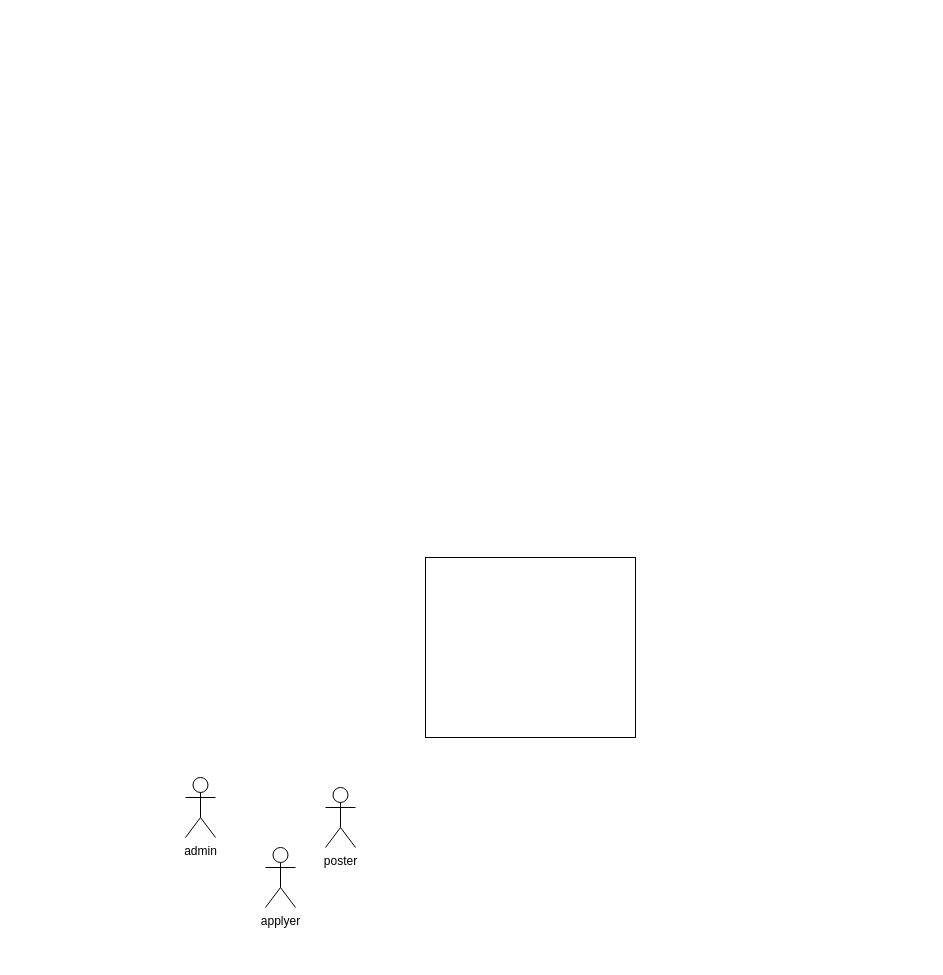
The draw.io diagram Untitled Diagram.drawio in Emanuel3queijos/housing-location-project, before the edit. Source tidied: cells renumbered, new cells numbered last; positions are measured from the earlier drawing's top-left corner, leaving out a move shared by most shapes. Both pictures are drawn from the tidied source at 100%, with x=0, y=0 at pixel (185, 557).
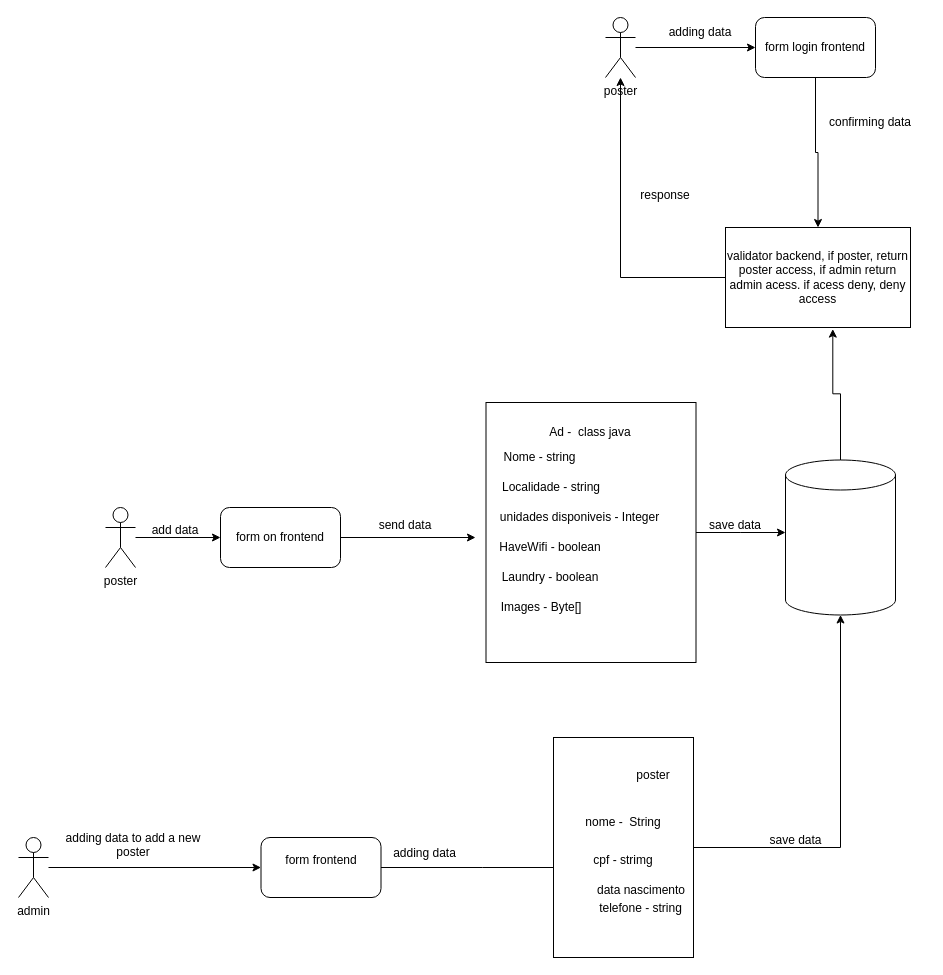
After the change.

Diff of the diagram source:
```diff
@@
+    <mxCell id="6" style="edgeStyle=orthogonalEdgeStyle;rounded=0;jettySize=auto;html=1;" parent="1" edge="1" source="2">
+      <mxGeometry relative="1" as="geometry">
+        <mxPoint x="600" y="-25" as="targetPoint" />
+      </mxGeometry>
+    </mxCell>
     <mxCell id="2" style="rounded=0;whiteSpace=wrap;html=1;" parent="1" vertex="1">
-      <mxGeometry x="240" width="210" height="180" as="geometry" />
+      <mxGeometry x="300.5" y="-155" width="210" height="260" as="geometry" />
     </mxCell>
+    <mxCell id="7" style="edgeStyle=orthogonalEdgeStyle;rounded=0;jettySize=auto;html=1;entryX=0;entryY=0.5;entryDx=0;entryDy=0;" parent="1" edge="1" source="3" target="24">
+      <mxGeometry relative="1" as="geometry" />
+    </mxCell>
-    <mxCell id="3" value="admin" style="shape=umlActor;verticalLabelPosition=bottom;verticalAlign=top;html=1;outlineConnect=0;" parent="1" vertex="1">
-      <mxGeometry y="220" width="30" height="60" as="geometry" />
+    <mxCell id="3" value="poster" style="shape=umlActor;verticalLabelPosition=bottom;verticalAlign=top;html=1;outlineConnect=0;" parent="1" vertex="1">
+      <mxGeometry x="420" y="-540" width="30" height="60" as="geometry" />
     </mxCell>
+    <mxCell id="8" style="edgeStyle=orthogonalEdgeStyle;rounded=0;jettySize=auto;html=1;entryX=0;entryY=0.5;entryDx=0;entryDy=0;" parent="1" edge="1" source="4" target="31">
+      <mxGeometry relative="1" as="geometry" />
+    </mxCell>
-    <mxCell id="4" value="applyer" style="shape=umlActor;verticalLabelPosition=bottom;verticalAlign=top;html=1;outlineConnect=0;" parent="1" vertex="1">
-      <mxGeometry x="80" y="290" width="30" height="60" as="geometry" />
+    <mxCell id="4" value="admin&lt;div&gt;&lt;br&gt;&lt;/div&gt;" style="shape=umlActor;verticalLabelPosition=bottom;verticalAlign=top;html=1;outlineConnect=0;" parent="1" vertex="1">
+      <mxGeometry x="-167" y="280" width="30" height="60" as="geometry" />
     </mxCell>
+    <mxCell id="9" style="edgeStyle=orthogonalEdgeStyle;rounded=0;jettySize=auto;html=1;entryX=0;entryY=0.5;entryDx=0;entryDy=0;" parent="1" edge="1" source="5" target="18">
+      <mxGeometry relative="1" as="geometry" />
+    </mxCell>
     <mxCell id="5" value="poster" style="shape=umlActor;verticalLabelPosition=bottom;verticalAlign=top;html=1;outlineConnect=0;" parent="1" vertex="1">
-      <mxGeometry x="140" y="230" width="30" height="60" as="geometry" />
+      <mxGeometry x="-80" y="-50" width="30" height="60" as="geometry" />
     </mxCell>
+    <mxCell id="10" value="Ad -&amp;nbsp; class java" style="text;html=1;align=center;verticalAlign=middle;whiteSpace=wrap;rounded=0;" parent="1" vertex="1">
+      <mxGeometry x="300" y="-135" width="210" height="20" as="geometry" />
+    </mxCell>
+    <mxCell id="11" value="Nome - string" style="text;html=1;align=center;verticalAlign=middle;whiteSpace=wrap;rounded=0;" parent="1" vertex="1">
+      <mxGeometry x="300" y="-115" width="109" height="30" as="geometry" />
+    </mxCell>
+    <mxCell id="12" value="Localidade - string" style="text;html=1;align=center;verticalAlign=middle;whiteSpace=wrap;rounded=0;" parent="1" vertex="1">
+      <mxGeometry x="300.5" y="-85" width="130" height="30" as="geometry" />
+    </mxCell>
+    <mxCell id="13" value="HaveWifi - boolean" style="text;html=1;align=center;verticalAlign=middle;whiteSpace=wrap;rounded=0;" parent="1" vertex="1">
+      <mxGeometry x="300" y="-25" width="130" height="30" as="geometry" />
+    </mxCell>
+    <mxCell id="14" value="unidades disponiveis - Integer" style="text;html=1;align=center;verticalAlign=middle;whiteSpace=wrap;rounded=0;" parent="1" vertex="1">
+      <mxGeometry x="300" y="-55" width="189" height="30" as="geometry" />
+    </mxCell>
+    <mxCell id="15" value="Laundry - boolean" style="text;html=1;align=center;verticalAlign=middle;whiteSpace=wrap;rounded=0;" parent="1" vertex="1">
+      <mxGeometry x="310" y="5" width="110" height="30" as="geometry" />
+    </mxCell>
+    <mxCell id="16" value="Images - Byte[]" style="text;html=1;align=center;verticalAlign=middle;whiteSpace=wrap;rounded=0;" parent="1" vertex="1">
+      <mxGeometry x="300.5" y="35" width="110" height="30" as="geometry" />
+    </mxCell>
+    <mxCell id="17" style="edgeStyle=orthogonalEdgeStyle;rounded=0;jettySize=auto;html=1;" parent="1" edge="1" source="18">
+      <mxGeometry relative="1" as="geometry">
+        <mxPoint x="290" y="-20" as="targetPoint" />
+      </mxGeometry>
+    </mxCell>
+    <mxCell id="18" value="form on frontend" style="rounded=1;whiteSpace=wrap;html=1;" parent="1" vertex="1">
+      <mxGeometry x="35" y="-50" width="120" height="60" as="geometry" />
+    </mxCell>
+    <mxCell id="19" value="add data&lt;div&gt;&lt;br&gt;&lt;/div&gt;" style="text;html=1;align=center;verticalAlign=middle;whiteSpace=wrap;rounded=0;" parent="1" vertex="1">
+      <mxGeometry x="-40" y="-35" width="60" height="30" as="geometry" />
+    </mxCell>
+    <mxCell id="20" value="send data&lt;div&gt;&lt;br&gt;&lt;/div&gt;" style="text;html=1;align=center;verticalAlign=middle;whiteSpace=wrap;rounded=0;" parent="1" vertex="1">
+      <mxGeometry x="190" y="-40" width="60" height="30" as="geometry" />
+    </mxCell>
+    <mxCell id="21" style="shape=cylinder3;whiteSpace=wrap;html=1;boundedLbl=1;backgroundOutline=1;size=15;" parent="1" vertex="1">
+      <mxGeometry x="600" y="-97.5" width="110" height="155" as="geometry" />
+    </mxCell>
+    <mxCell id="22" value="save data&lt;div&gt;&lt;br&gt;&lt;/div&gt;" style="text;html=1;align=center;verticalAlign=middle;whiteSpace=wrap;rounded=0;" parent="1" vertex="1">
+      <mxGeometry x="520" y="-40" width="60" height="30" as="geometry" />
+    </mxCell>
+    <mxCell id="23" style="edgeStyle=orthogonalEdgeStyle;rounded=0;jettySize=auto;html=1;entryX=0.5;entryY=0;entryDx=0;entryDy=0;" parent="1" edge="1" source="24" target="26">
+      <mxGeometry relative="1" as="geometry" />
+    </mxCell>
+    <mxCell id="24" value="form login frontend" style="rounded=1;whiteSpace=wrap;html=1;" parent="1" vertex="1">
+      <mxGeometry x="570" y="-540" width="120" height="60" as="geometry" />
+    </mxCell>
+    <mxCell id="25" style="edgeStyle=orthogonalEdgeStyle;rounded=0;jettySize=auto;html=1;" parent="1" edge="1" source="26" target="3">
+      <mxGeometry relative="1" as="geometry" />
+    </mxCell>
+    <mxCell id="26" value="validator backend, if poster, return poster access, if admin return admin acess. if acess deny, deny access" style="rounded=0;whiteSpace=wrap;html=1;" parent="1" vertex="1">
+      <mxGeometry x="540" y="-330" width="185" height="100" as="geometry" />
+    </mxCell>
+    <mxCell id="27" value="adding data" style="text;html=1;align=center;verticalAlign=middle;whiteSpace=wrap;rounded=0;" parent="1" vertex="1">
+      <mxGeometry x="475" y="-540" width="80" height="30" as="geometry" />
+    </mxCell>
+    <mxCell id="28" value="confirming data" style="text;html=1;align=center;verticalAlign=middle;whiteSpace=wrap;rounded=0;" parent="1" vertex="1">
+      <mxGeometry x="630" y="-450" width="110" height="30" as="geometry" />
+    </mxCell>
+    <mxCell id="29" value="response&lt;div&gt;&lt;br&gt;&lt;/div&gt;" style="text;html=1;align=center;verticalAlign=middle;whiteSpace=wrap;rounded=0;" parent="1" vertex="1">
+      <mxGeometry x="450" y="-370" width="60" height="30" as="geometry" />
+    </mxCell>
+    <mxCell id="30" style="edgeStyle=orthogonalEdgeStyle;rounded=0;jettySize=auto;html=1;entryX=0;entryY=0.5;entryDx=0;entryDy=0;" parent="1" edge="1" source="31">
+      <mxGeometry relative="1" as="geometry">
+        <mxPoint x="398" y="310" as="targetPoint" />
+      </mxGeometry>
+    </mxCell>
+    <mxCell id="31" value="form frontend&lt;div&gt;&lt;br&gt;&lt;/div&gt;" style="rounded=1;whiteSpace=wrap;html=1;" parent="1" vertex="1">
+      <mxGeometry x="75.5" y="280" width="120" height="60" as="geometry" />
+    </mxCell>
+    <mxCell id="32" value="adding data to add a new poster&lt;div&gt;&lt;br&gt;&lt;/div&gt;" style="text;html=1;align=center;verticalAlign=middle;whiteSpace=wrap;rounded=0;" parent="1" vertex="1">
+      <mxGeometry x="-127" y="280" width="150" height="30" as="geometry" />
+    </mxCell>
+    <mxCell id="33" style="rounded=0;whiteSpace=wrap;html=1;" parent="1" vertex="1">
+      <mxGeometry x="368" y="180" width="140" height="220" as="geometry" />
+    </mxCell>
+    <mxCell id="34" value="poster&lt;div&gt;&lt;br&gt;&lt;/div&gt;" style="text;html=1;align=center;verticalAlign=middle;whiteSpace=wrap;rounded=0;" parent="1" vertex="1">
+      <mxGeometry x="438" y="210" width="60" height="30" as="geometry" />
+    </mxCell>
+    <mxCell id="35" value="adding data" style="text;html=1;align=center;verticalAlign=middle;whiteSpace=wrap;rounded=0;" parent="1" vertex="1">
+      <mxGeometry x="196" y="281" width="87" height="30" as="geometry" />
+    </mxCell>
+    <mxCell id="36" value="nome -&amp;nbsp; String" style="text;html=1;align=center;verticalAlign=middle;whiteSpace=wrap;rounded=0;" parent="1" vertex="1">
+      <mxGeometry x="398" y="250" width="80" height="30" as="geometry" />
+    </mxCell>
+    <mxCell id="37" value="cpf - strimg&lt;div&gt;&lt;br&gt;&lt;/div&gt;" style="text;html=1;align=center;verticalAlign=middle;whiteSpace=wrap;rounded=0;" parent="1" vertex="1">
+      <mxGeometry x="393" y="295" width="90" height="30" as="geometry" />
+    </mxCell>
+    <mxCell id="38" value="data nascimento&lt;div&gt;&lt;br&gt;&lt;/div&gt;" style="text;html=1;align=center;verticalAlign=middle;whiteSpace=wrap;rounded=0;" parent="1" vertex="1">
+      <mxGeometry x="400.5" y="325" width="110" height="30" as="geometry" />
+    </mxCell>
+    <mxCell id="39" value="telefone - string&lt;div&gt;&lt;br&gt;&lt;/div&gt;" style="text;html=1;align=center;verticalAlign=middle;whiteSpace=wrap;rounded=0;" parent="1" vertex="1">
+      <mxGeometry x="408" y="330" width="95" height="55" as="geometry" />
+    </mxCell>
+    <mxCell id="40" style="edgeStyle=orthogonalEdgeStyle;rounded=0;jettySize=auto;html=1;entryX=0.5;entryY=1;entryDx=0;entryDy=0;entryPerimeter=0;" parent="1" edge="1" source="33" target="21">
+      <mxGeometry relative="1" as="geometry" />
+    </mxCell>
+    <mxCell id="41" value="save data" style="text;html=1;align=center;verticalAlign=middle;strokeColor=none;fillColor=none;" parent="1" vertex="1">
+      <mxGeometry x="570" y="268" width="80" height="30" as="geometry" />
+    </mxCell>
+    <mxCell id="42" style="edgeStyle=orthogonalEdgeStyle;rounded=0;jettySize=auto;html=1;entryX=0.58;entryY=1.016;entryDx=0;entryDy=0;entryPerimeter=0;" parent="1" edge="1" source="21" target="26">
+      <mxGeometry relative="1" as="geometry" />
+    </mxCell>
```
